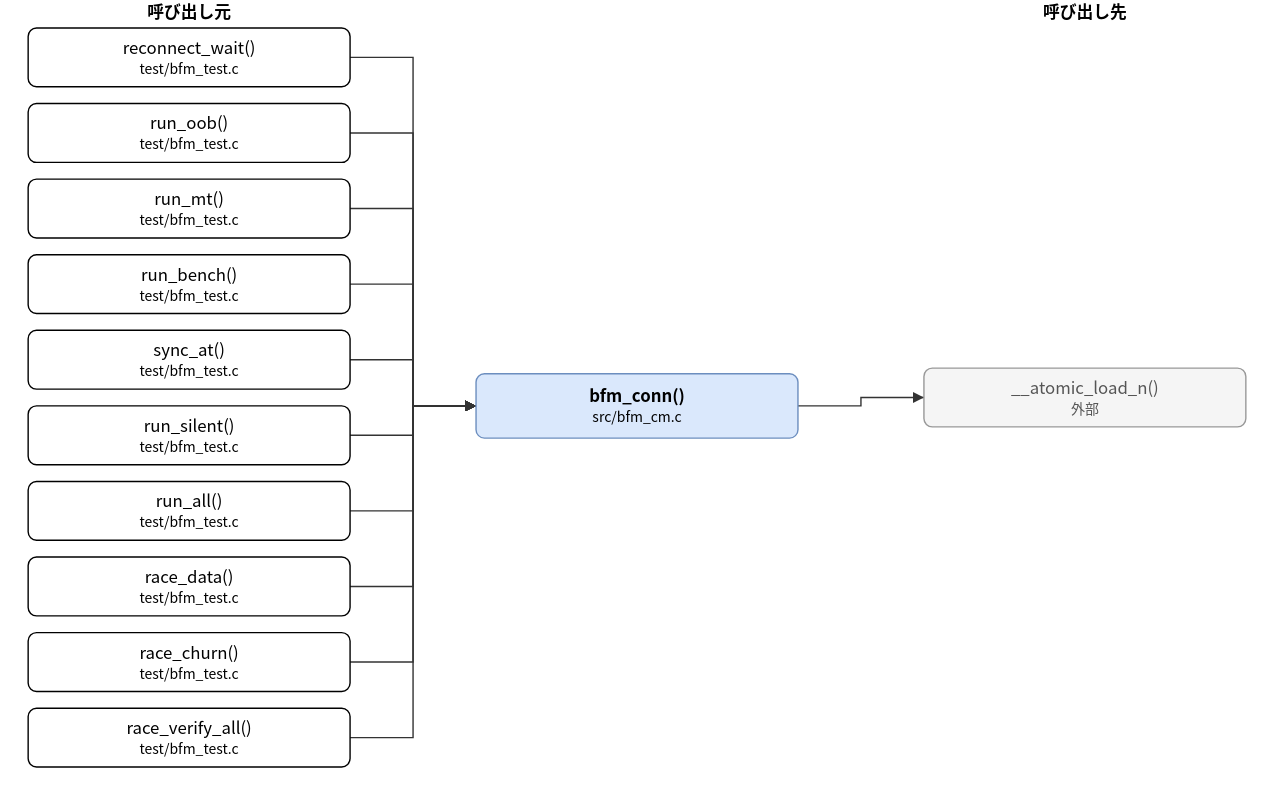
This is doc/spec/images/call_src_bfm_cm-bfm_conn.drawio.svg from hf355051012-ai/bfmem, a draw.io export, as it was before one commit. Source tidied: cells renumbered, new cells last; positions are measured from the earlier drawing's top-left corner, leaving out a move shared by most shapes.
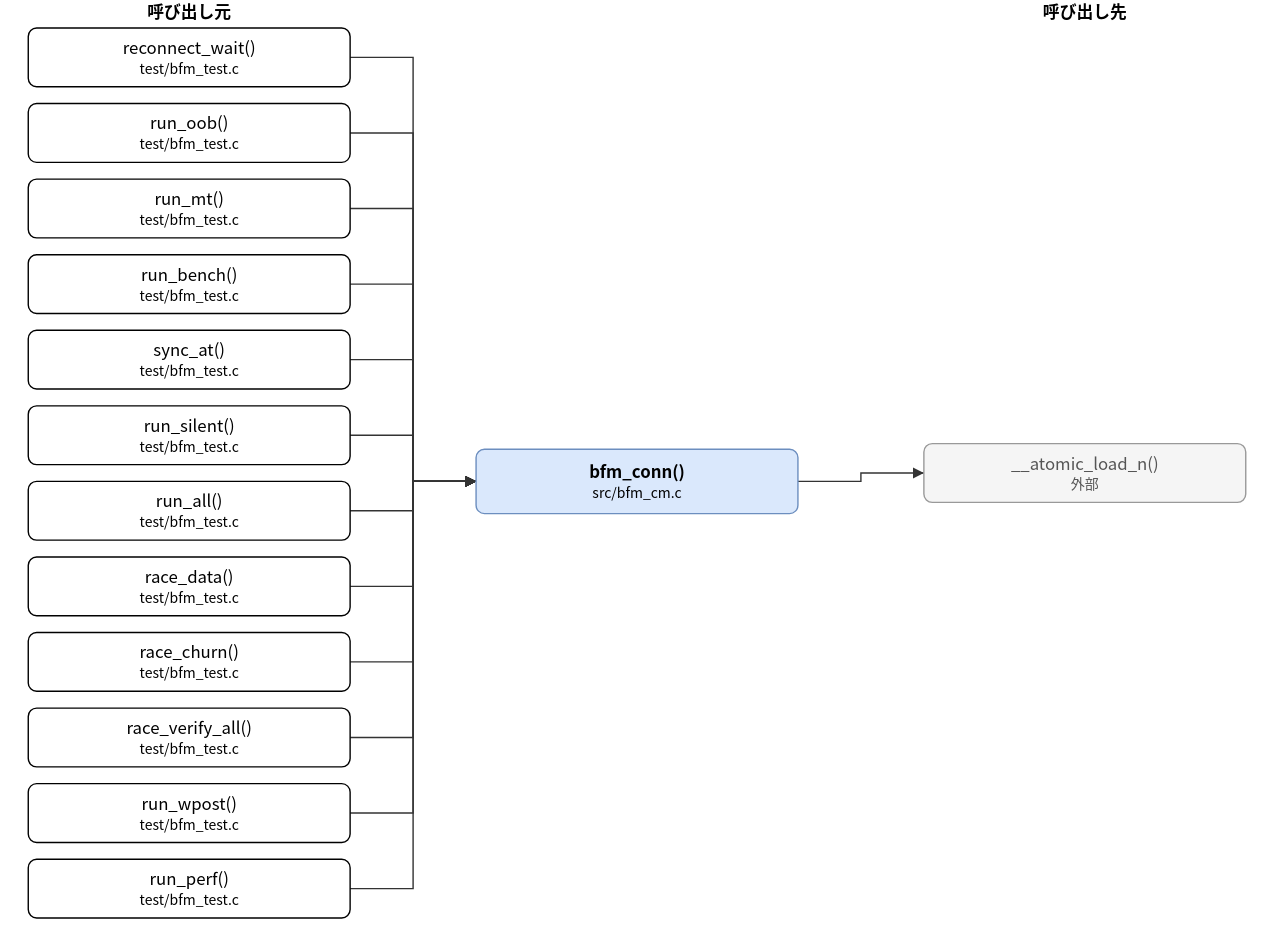
After the commit.

Diff of the diagram source:
```diff
@@ -3,7 +3,7 @@
     <mxCell id="0" />
     <mxCell id="1" parent="0" />
     <mxCell id="2" value="bfm_conn()&lt;br&gt;&lt;font style=&quot;font-size:10px&quot;&gt;src/bfm_cm.c&lt;/font&gt;" style="rounded=1;whiteSpace=wrap;html=1;fillColor=#dae8fc;strokeColor=#6c8ebf;fontStyle=1;" parent="1" vertex="1">
-      <mxGeometry x="320" y="267" width="230" height="46" as="geometry" />
+      <mxGeometry x="320" y="321" width="230" height="46" as="geometry" />
     </mxCell>
     <mxCell id="3" value="reconnect_wait()&lt;br&gt;&lt;font style=&quot;font-size:10px&quot;&gt;test/bfm_test.c&lt;/font&gt;" style="rounded=1;whiteSpace=wrap;html=1;" parent="1" vertex="1">
       <mxGeometry y="20" width="230" height="42" as="geometry" />
@@ -35,14 +35,20 @@
     <mxCell id="12" value="race_verify_all()&lt;br&gt;&lt;font style=&quot;font-size:10px&quot;&gt;test/bfm_test.c&lt;/font&gt;" style="rounded=1;whiteSpace=wrap;html=1;" parent="1" vertex="1">
       <mxGeometry y="506" width="230" height="42" as="geometry" />
     </mxCell>
+    <mxCell id="27" value="run_wpost()&lt;br&gt;&lt;font style=&quot;font-size:10px&quot;&gt;test/bfm_test.c&lt;/font&gt;" style="rounded=1;whiteSpace=wrap;html=1;" parent="1" vertex="1">
+      <mxGeometry y="560" width="230" height="42" as="geometry" />
+    </mxCell>
+    <mxCell id="28" value="run_perf()&lt;br&gt;&lt;font style=&quot;font-size:10px&quot;&gt;test/bfm_test.c&lt;/font&gt;" style="rounded=1;whiteSpace=wrap;html=1;" parent="1" vertex="1">
+      <mxGeometry y="614" width="230" height="42" as="geometry" />
+    </mxCell>
     <mxCell id="13" value="__atomic_load_n()&lt;br&gt;&lt;font style=&quot;font-size:10px&quot;&gt;外部&lt;/font&gt;" style="rounded=1;whiteSpace=wrap;html=1;fillColor=#f5f5f5;strokeColor=#999999;fontColor=#555555;" parent="1" vertex="1">
-      <mxGeometry x="640" y="263" width="230" height="42" as="geometry" />
+      <mxGeometry x="640" y="317" width="230" height="42" as="geometry" />
     </mxCell>
     <mxCell id="14" style="edgeStyle=none;html=1;rounded=0;endArrow=block;endFill=1;exitX=1.0000;exitY=0.5000;exitDx=0;exitDy=0;exitPerimeter=0;entryX=0.0000;entryY=0.5000;entryDx=0;entryDy=0;entryPerimeter=0;" parent="1" edge="1" source="3" target="2">
       <mxGeometry relative="1" as="geometry">
         <Array as="points">
           <mxPoint x="275" y="41" />
-          <mxPoint x="275" y="290" />
+          <mxPoint x="275" y="344" />
         </Array>
       </mxGeometry>
     </mxCell>
@@ -50,7 +56,7 @@
       <mxGeometry relative="1" as="geometry">
         <Array as="points">
           <mxPoint x="275" y="95" />
-          <mxPoint x="275" y="290" />
+          <mxPoint x="275" y="344" />
         </Array>
       </mxGeometry>
     </mxCell>
@@ -58,7 +64,7 @@
       <mxGeometry relative="1" as="geometry">
         <Array as="points">
           <mxPoint x="275" y="149" />
-          <mxPoint x="275" y="290" />
+          <mxPoint x="275" y="344" />
         </Array>
       </mxGeometry>
     </mxCell>
@@ -66,7 +72,7 @@
       <mxGeometry relative="1" as="geometry">
         <Array as="points">
           <mxPoint x="275" y="203" />
-          <mxPoint x="275" y="290" />
+          <mxPoint x="275" y="344" />
         </Array>
       </mxGeometry>
     </mxCell>
@@ -74,7 +80,7 @@
       <mxGeometry relative="1" as="geometry">
         <Array as="points">
           <mxPoint x="275" y="257" />
-          <mxPoint x="275" y="290" />
+          <mxPoint x="275" y="344" />
         </Array>
       </mxGeometry>
     </mxCell>
@@ -82,7 +88,7 @@
       <mxGeometry relative="1" as="geometry">
         <Array as="points">
           <mxPoint x="275" y="311" />
-          <mxPoint x="275" y="290" />
+          <mxPoint x="275" y="344" />
         </Array>
       </mxGeometry>
     </mxCell>
@@ -90,7 +96,7 @@
       <mxGeometry relative="1" as="geometry">
         <Array as="points">
           <mxPoint x="275" y="365" />
-          <mxPoint x="275" y="290" />
+          <mxPoint x="275" y="344" />
         </Array>
       </mxGeometry>
     </mxCell>
@@ -98,7 +104,7 @@
       <mxGeometry relative="1" as="geometry">
         <Array as="points">
           <mxPoint x="275" y="419" />
-          <mxPoint x="275" y="290" />
+          <mxPoint x="275" y="344" />
         </Array>
       </mxGeometry>
     </mxCell>
@@ -106,7 +112,7 @@
       <mxGeometry relative="1" as="geometry">
         <Array as="points">
           <mxPoint x="275" y="473" />
-          <mxPoint x="275" y="290" />
+          <mxPoint x="275" y="344" />
         </Array>
       </mxGeometry>
     </mxCell>
@@ -114,18 +120,34 @@
       <mxGeometry relative="1" as="geometry">
         <Array as="points">
           <mxPoint x="275" y="527" />
-          <mxPoint x="275" y="290" />
+          <mxPoint x="275" y="344" />
         </Array>
       </mxGeometry>
     </mxCell>
-    <mxCell id="24" style="edgeStyle=none;html=1;rounded=0;endArrow=block;endFill=1;exitX=1.0000;exitY=0.5000;exitDx=0;exitDy=0;exitPerimeter=0;entryX=0.0000;entryY=0.5000;entryDx=0;entryDy=0;entryPerimeter=0;" parent="1" edge="1" source="2" target="13">
+    <mxCell id="24" style="edgeStyle=none;html=1;rounded=0;endArrow=block;endFill=1;exitX=1.0000;exitY=0.5000;exitDx=0;exitDy=0;exitPerimeter=0;entryX=0.0000;entryY=0.5000;entryDx=0;entryDy=0;entryPerimeter=0;" parent="1" edge="1" source="27" target="2">
       <mxGeometry relative="1" as="geometry">
         <Array as="points">
-          <mxPoint x="595" y="290" />
-          <mxPoint x="595" y="284" />
+          <mxPoint x="275" y="581" />
+          <mxPoint x="275" y="344" />
         </Array>
       </mxGeometry>
     </mxCell>
+    <mxCell id="29" style="edgeStyle=none;html=1;rounded=0;endArrow=block;endFill=1;exitX=1.0000;exitY=0.5000;exitDx=0;exitDy=0;exitPerimeter=0;entryX=0.0000;entryY=0.5000;entryDx=0;entryDy=0;entryPerimeter=0;" parent="1" edge="1" source="28" target="2">
+      <mxGeometry relative="1" as="geometry">
+        <Array as="points">
+          <mxPoint x="275" y="635" />
+          <mxPoint x="275" y="344" />
+        </Array>
+      </mxGeometry>
+    </mxCell>
+    <mxCell id="30" style="edgeStyle=none;html=1;rounded=0;endArrow=block;endFill=1;exitX=1.0000;exitY=0.5000;exitDx=0;exitDy=0;exitPerimeter=0;entryX=0.0000;entryY=0.5000;entryDx=0;entryDy=0;entryPerimeter=0;" parent="1" edge="1" source="2" target="13">
+      <mxGeometry relative="1" as="geometry">
+        <Array as="points">
+          <mxPoint x="595" y="344" />
+          <mxPoint x="595" y="338" />
+        </Array>
+      </mxGeometry>
+    </mxCell>
     <mxCell id="25" value="呼び出し元" style="text;html=1;align=center;fontStyle=1;" parent="1" vertex="1">
       <mxGeometry x="35" width="160" height="18" as="geometry" />
     </mxCell>
```
